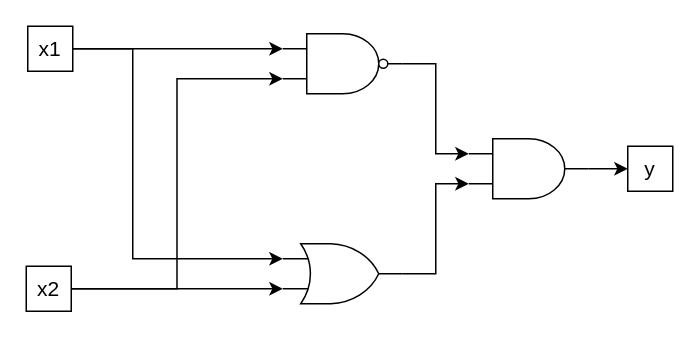
The draw.io diagram src/img/未命名绘图.drawio in shuilinhe/juejin, before the edit. Source tidied: cells renumbered, new cells numbered last; positions are measured from the earlier drawing's top-left corner, leaving out a move shared by most shapes. Both pictures are drawn from the tidied source at 150%, with x=0, y=0 at pixel (26, 26).
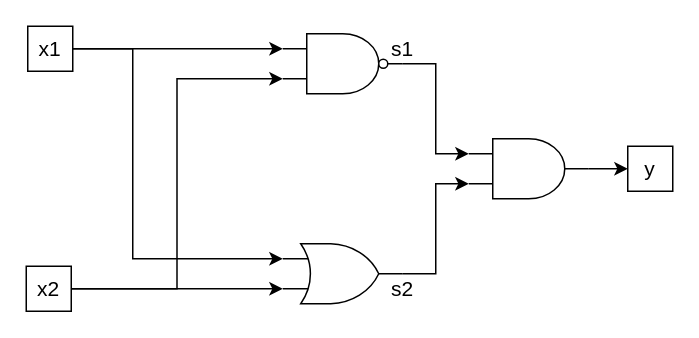
The same diagram, later.

What changed in the source:
```diff
@@
 <mxGraphModel>
   <root>
     <mxCell id="0" />
     <mxCell id="1" parent="0" />
     <mxCell id="2" style="edgeStyle=orthogonalEdgeStyle;rounded=0;jettySize=auto;html=1;exitX=1;exitY=0.5;exitDx=0;exitDy=0;exitPerimeter=0;entryX=0;entryY=0.25;entryDx=0;entryDy=0;entryPerimeter=0;" parent="1" edge="1" source="3" target="7">
       <mxGeometry relative="1" as="geometry" />
     </mxCell>
     <mxCell id="3" style="verticalLabelPosition=bottom;shadow=0;dashed=0;align=center;html=1;verticalAlign=top;shape=mxgraph.electrical.logic_gates.logic_gate;operation=and;negating=1;negSize=0.15;" parent="1" vertex="1">
       <mxGeometry x="171" y="5" width="80" height="40" as="geometry" />
     </mxCell>
     <mxCell id="4" style="edgeStyle=orthogonalEdgeStyle;rounded=0;jettySize=auto;html=1;exitX=1;exitY=0.5;exitDx=0;exitDy=0;exitPerimeter=0;entryX=0;entryY=0.75;entryDx=0;entryDy=0;entryPerimeter=0;" parent="1" edge="1" source="5" target="7">
       <mxGeometry relative="1" as="geometry" />
     </mxCell>
     <mxCell id="5" style="verticalLabelPosition=bottom;shadow=0;dashed=0;align=center;html=1;verticalAlign=top;shape=mxgraph.electrical.logic_gates.logic_gate;operation=or;" parent="1" vertex="1">
       <mxGeometry x="171" y="145" width="80" height="40" as="geometry" />
     </mxCell>
     <mxCell id="6" style="edgeStyle=orthogonalEdgeStyle;rounded=0;jettySize=auto;html=1;exitX=1;exitY=0.5;exitDx=0;exitDy=0;exitPerimeter=0;entryX=0;entryY=0.5;entryDx=0;entryDy=0;fontSize=14;" parent="1" edge="1" source="7" target="14">
       <mxGeometry relative="1" as="geometry" />
     </mxCell>
     <mxCell id="7" style="verticalLabelPosition=bottom;shadow=0;dashed=0;align=center;html=1;verticalAlign=top;shape=mxgraph.electrical.logic_gates.logic_gate;operation=and;" parent="1" vertex="1">
       <mxGeometry x="295" y="75" width="80" height="40" as="geometry" />
     </mxCell>
     <mxCell id="8" style="edgeStyle=orthogonalEdgeStyle;rounded=0;jettySize=auto;html=1;exitX=1;exitY=0.5;exitDx=0;exitDy=0;entryX=0;entryY=0.25;entryDx=0;entryDy=0;entryPerimeter=0;fontSize=14;" parent="1" edge="1" source="10" target="3">
       <mxGeometry relative="1" as="geometry" />
     </mxCell>
     <mxCell id="9" style="edgeStyle=orthogonalEdgeStyle;rounded=0;jettySize=auto;html=1;exitX=1;exitY=0.5;exitDx=0;exitDy=0;entryX=0;entryY=0.25;entryDx=0;entryDy=0;entryPerimeter=0;fontSize=14;" parent="1" edge="1" source="10" target="5">
       <mxGeometry relative="1" as="geometry">
         <Array as="points">
           <mxPoint x="71" y="15" />
           <mxPoint x="71" y="155" />
         </Array>
       </mxGeometry>
     </mxCell>
     <mxCell id="10" value="&lt;font style=&quot;font-size: 14px;&quot;&gt;x1&lt;/font&gt;" style="rounded=0;whiteSpace=wrap;html=1;" parent="1" vertex="1">
       <mxGeometry x="1" width="30" height="30" as="geometry" />
     </mxCell>
     <mxCell id="11" style="edgeStyle=orthogonalEdgeStyle;rounded=0;jettySize=auto;html=1;exitX=1;exitY=0.5;exitDx=0;exitDy=0;entryX=0;entryY=0.75;entryDx=0;entryDy=0;entryPerimeter=0;fontSize=14;" parent="1" edge="1" source="13" target="5">
       <mxGeometry relative="1" as="geometry" />
     </mxCell>
     <mxCell id="12" style="edgeStyle=orthogonalEdgeStyle;rounded=0;jettySize=auto;html=1;exitX=1;exitY=0.5;exitDx=0;exitDy=0;entryX=0;entryY=0.75;entryDx=0;entryDy=0;entryPerimeter=0;fontSize=14;" parent="1" edge="1" source="13" target="3">
       <mxGeometry relative="1" as="geometry" />
     </mxCell>
     <mxCell id="13" value="&lt;font style=&quot;font-size: 14px;&quot;&gt;x2&lt;/font&gt;" style="rounded=0;whiteSpace=wrap;html=1;" parent="1" vertex="1">
       <mxGeometry y="160" width="30" height="30" as="geometry" />
     </mxCell>
     <mxCell id="14" value="&lt;span style=&quot;font-size: 14px;&quot;&gt;y&lt;/span&gt;" style="rounded=0;whiteSpace=wrap;html=1;" parent="1" vertex="1">
       <mxGeometry x="401" y="80" width="30" height="30" as="geometry" />
     </mxCell>
+    <mxCell id="15" value="s1" style="text;html=1;strokeColor=none;fillColor=none;align=center;verticalAlign=middle;whiteSpace=wrap;rounded=0;fontSize=14;" parent="1" vertex="1">
+      <mxGeometry x="221" width="60" height="30" as="geometry" />
+    </mxCell>
+    <mxCell id="16" value="s2" style="text;html=1;strokeColor=none;fillColor=none;align=center;verticalAlign=middle;whiteSpace=wrap;rounded=0;fontSize=14;" parent="1" vertex="1">
+      <mxGeometry x="221" y="160" width="60" height="30" as="geometry" />
+    </mxCell>
   </root>
 </mxGraphModel>
```
